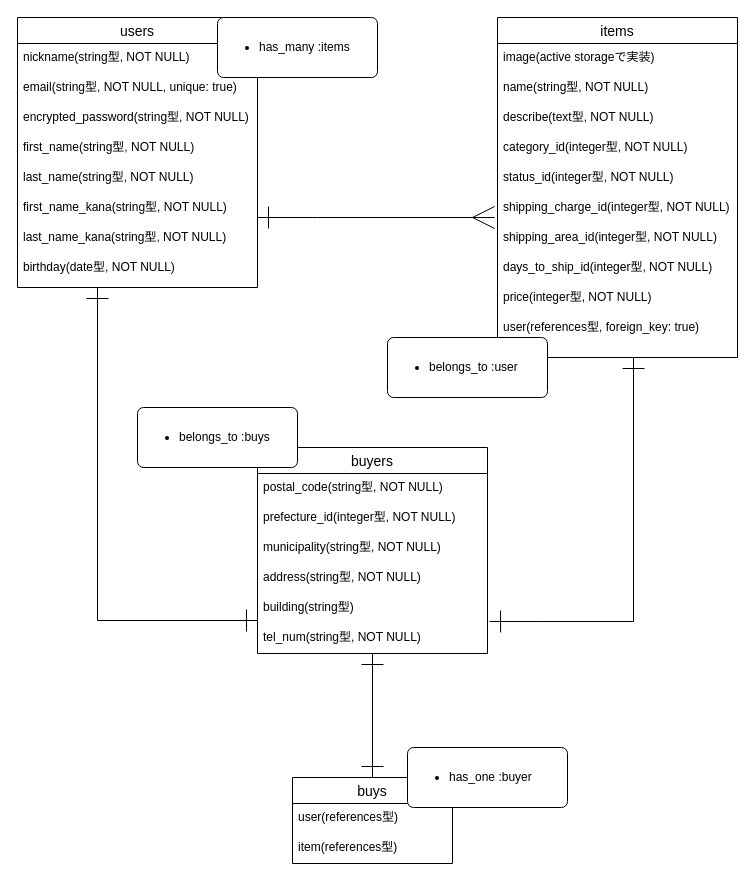
The draw.io diagram furima_er.dio in ironkazutoyo/furima-34405, before the edit. Source tidied: cells renumbered, new cells numbered last; positions are measured from the earlier drawing's top-left corner, leaving out a move shared by most shapes. Both pictures are drawn from the tidied source at 100%, with x=0, y=0 at pixel (17, 17).
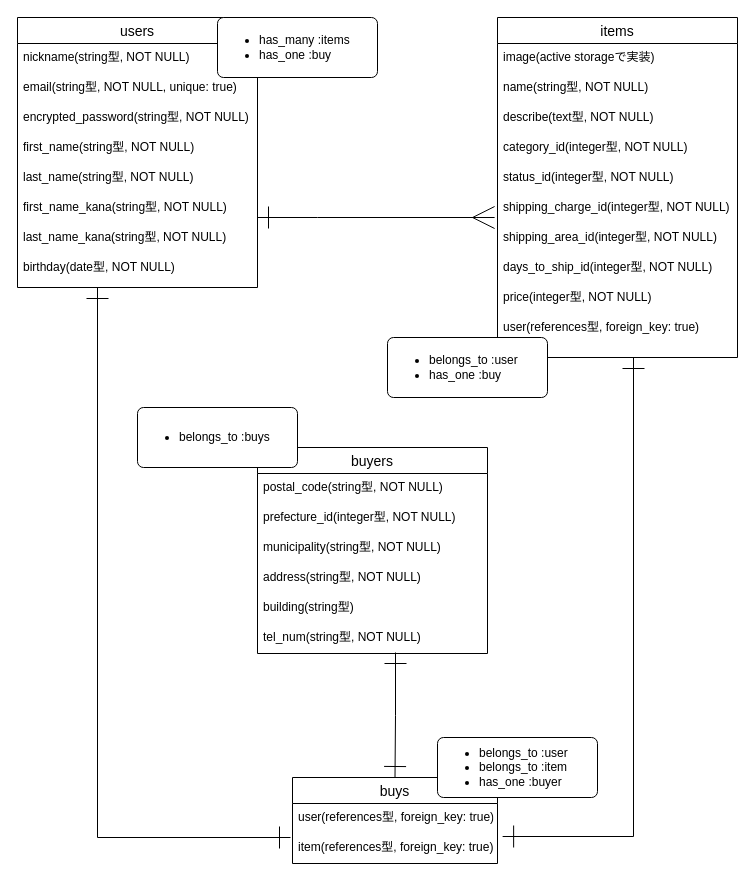
After the change.

The change refers to these unchanged cells:
```xml
<mxCell id="23" value="buyers" style="swimlane;fontStyle=0;horizontal=1;startSize=26;align=center;fontSize=14;" parent="1" vertex="1">
  <mxGeometry x="240" y="430" width="230" height="206" as="geometry" />
</mxCell>
<mxCell id="29" value="tel_num(string型, NOT NULL)" style="text;strokeColor=none;fillColor=none;spacingLeft=4;spacingRight=4;overflow=hidden;points=[[0,0.5],[1,0.5]];portConstraint=eastwest;fontSize=12;" parent="23" vertex="1">
  <mxGeometry y="176" width="230" height="30" as="geometry" />
</mxCell>
```

The edit, as a diff of the source:
```diff
@@
-    <mxCell id="22" style="edgeStyle=orthogonalEdgeStyle;rounded=0;jettySize=auto;html=1;startArrow=ERone;startFill=0;startSize=20;endArrow=ERone;endFill=0;endSize=20;" parent="1" edge="1" source="23" target="36">
+    <mxCell id="22" style="edgeStyle=orthogonalEdgeStyle;rounded=0;jettySize=auto;html=1;startArrow=ERone;startFill=0;startSize=20;endArrow=ERone;endFill=0;endSize=20;exitX=0.6;exitY=0.967;exitDx=0;exitDy=0;exitPerimeter=0;" parent="1" edge="1" source="29" target="36">
       <mxGeometry relative="1" as="geometry" />
     </mxCell>
@@
     <mxCell id="31" style="edgeStyle=orthogonalEdgeStyle;rounded=0;orthogonalLoop=1;jettySize=auto;html=1;startArrow=ERone;startFill=0;endArrow=ERone;endFill=0;endSize=20;startSize=20;" parent="1" edge="1">
       <mxGeometry relative="1" as="geometry">
         <mxPoint x="80" y="270" as="sourcePoint" />
-        <mxPoint x="240" y="603" as="targetPoint" />
+        <mxPoint x="273" y="820" as="targetPoint" />
         <Array as="points">
-          <mxPoint x="80" y="603" />
+          <mxPoint x="80" y="820" />
+          <mxPoint x="273" y="820" />
         </Array>
       </mxGeometry>
     </mxCell>
-    <mxCell id="32" style="edgeStyle=orthogonalEdgeStyle;rounded=0;jettySize=auto;html=1;startArrow=ERone;startFill=0;startSize=20;endArrow=ERone;endFill=0;endSize=20;entryX=1.009;entryY=-0.067;entryDx=0;entryDy=0;entryPerimeter=0;" parent="1" edge="1" target="29">
+    <mxCell id="32" style="edgeStyle=orthogonalEdgeStyle;rounded=0;jettySize=auto;html=1;startArrow=ERone;startFill=0;startSize=20;endArrow=ERone;endFill=0;endSize=20;entryX=1.025;entryY=0.1;entryDx=0;entryDy=0;entryPerimeter=0;" parent="1" edge="1" target="38">
       <mxGeometry relative="1" as="geometry">
         <mxPoint x="616" y="340" as="sourcePoint" />
         <Array as="points">
-          <mxPoint x="616" y="604" />
+          <mxPoint x="616" y="819" />
         </Array>
       </mxGeometry>
     </mxCell>
-    <mxCell id="33" value="&lt;ul&gt;&lt;li&gt;has_many :items&lt;/li&gt;&lt;/ul&gt;" style="rounded=1;arcSize=10;whiteSpace=wrap;html=1;align=left;" parent="1" vertex="1">
+    <mxCell id="33" value="&lt;ul&gt;&lt;li&gt;has_many :items&lt;/li&gt;&lt;li&gt;has_one :buy&lt;/li&gt;&lt;/ul&gt;" style="rounded=1;arcSize=10;whiteSpace=wrap;html=1;align=left;" parent="1" vertex="1">
       <mxGeometry x="200" width="160" height="60" as="geometry" />
     </mxCell>
-    <mxCell id="34" value="&lt;ul&gt;&lt;li&gt;belongs_to :user&lt;/li&gt;&lt;/ul&gt;" style="rounded=1;arcSize=10;whiteSpace=wrap;html=1;align=left;" parent="1" vertex="1">
+    <mxCell id="34" value="&lt;ul&gt;&lt;li&gt;belongs_to :user&lt;/li&gt;&lt;li&gt;has_one :buy&lt;/li&gt;&lt;/ul&gt;" style="rounded=1;arcSize=10;whiteSpace=wrap;html=1;align=left;" parent="1" vertex="1">
       <mxGeometry x="370" y="320" width="160" height="60" as="geometry" />
     </mxCell>
@@
     <mxCell id="36" value="buys" style="swimlane;fontStyle=0;horizontal=1;startSize=26;align=center;fontSize=14;" parent="1" vertex="1">
-      <mxGeometry x="275" y="760" width="160" height="86" as="geometry" />
+      <mxGeometry x="275" y="760" width="205" height="86" as="geometry" />
     </mxCell>
-    <mxCell id="37" value="user(references型)" style="text;strokeColor=none;fillColor=none;spacingLeft=4;spacingRight=4;overflow=hidden;fontSize=12;" parent="36" vertex="1">
-      <mxGeometry y="26" width="160" height="30" as="geometry" />
+    <mxCell id="37" value="user(references型, foreign_key: true)" style="text;strokeColor=none;fillColor=none;spacingLeft=4;spacingRight=4;overflow=hidden;fontSize=12;" parent="36" vertex="1">
+      <mxGeometry y="26" width="205" height="30" as="geometry" />
     </mxCell>
-    <mxCell id="38" value="item(references型)" style="text;strokeColor=none;fillColor=none;spacingLeft=4;spacingRight=4;overflow=hidden;points=[[0,0.5],[1,0.5]];portConstraint=eastwest;fontSize=12;" parent="36" vertex="1">
-      <mxGeometry y="56" width="160" height="30" as="geometry" />
+    <mxCell id="38" value="item(references型, foreign_key: true)" style="text;strokeColor=none;fillColor=none;spacingLeft=4;spacingRight=4;overflow=hidden;points=[[0,0.5],[1,0.5]];portConstraint=eastwest;fontSize=12;" parent="36" vertex="1">
+      <mxGeometry y="56" width="205" height="30" as="geometry" />
     </mxCell>
-    <mxCell id="39" value="&lt;ul&gt;&lt;li&gt;has_one :buyer&lt;/li&gt;&lt;/ul&gt;" style="rounded=1;arcSize=10;whiteSpace=wrap;html=1;align=left;" parent="1" vertex="1">
-      <mxGeometry x="390" y="730" width="160" height="60" as="geometry" />
+    <mxCell id="39" value="&lt;ul&gt;&lt;li&gt;belongs_to :user&lt;/li&gt;&lt;li&gt;belongs_to :item&lt;/li&gt;&lt;li&gt;has_one :buyer&lt;/li&gt;&lt;/ul&gt;" style="rounded=1;arcSize=10;whiteSpace=wrap;html=1;align=left;" parent="1" vertex="1">
+      <mxGeometry x="420" y="720" width="160" height="60" as="geometry" />
     </mxCell>
```
